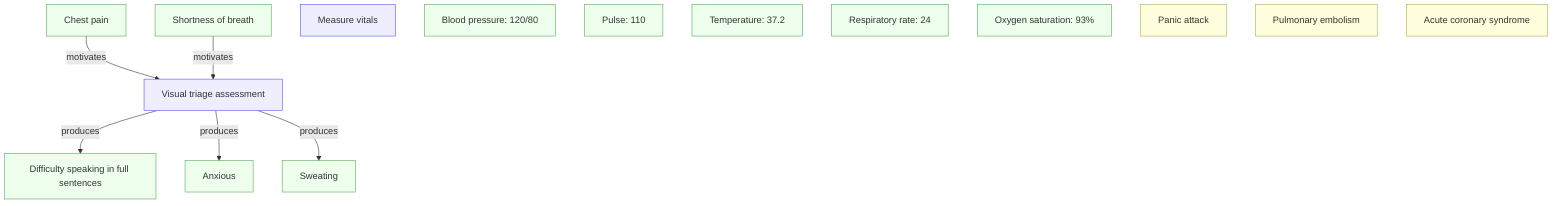
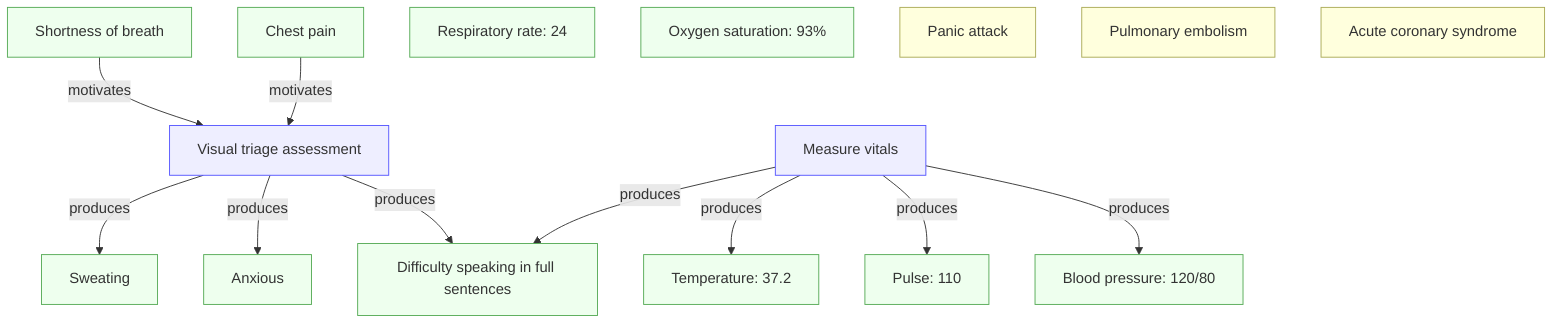
flowchart TD
  O1["Chest pain"]
  O2["Shortness of breath"]

  A1["Visual triage assessment"]
  O6["Difficulty speaking in full sentences"]
  O7["Anxious"]
  O8["Sweating"]

  A2["Measure vitals"]
  O3["Blood pressure: 120/80"]
  O4["Pulse: 110"]
  O5["Temperature: 37.2"]
  O9["Respiratory rate: 24"]
  O10["Oxygen saturation: 93%"]

  O1 -->|motivates| A1
  O2 -->|motivates| A1

  A1 -->|produces| O6
  A1 -->|produces| O7
  A1 -->|produces| O8
+ 
+   A2 -->|produces| O3
+   A2 -->|produces| O4
+   A2 -->|produces| O5
+   A2 -->|produces| O6
+ 

  H1["Panic attack"]
  H2["Pulmonary embolism"]
  H3["Acute coronary syndrome"]

  classDef obs fill:#efe,stroke:#5a5;
  classDef action fill:#eef,stroke:#55f;
  classDef hyo fill:#ffd,stroke:#aa5

  class O1 obs
  class O2 obs
  class O3 obs
  class O4 obs
  class O5 obs
  class O6 obs
  class O7 obs
  class O8 obs
  class O9 obs
  class O10 obs
  class A1 action
  class A2 action
  class H1 hyo
  class H2 hyo
  class H3 hyo



